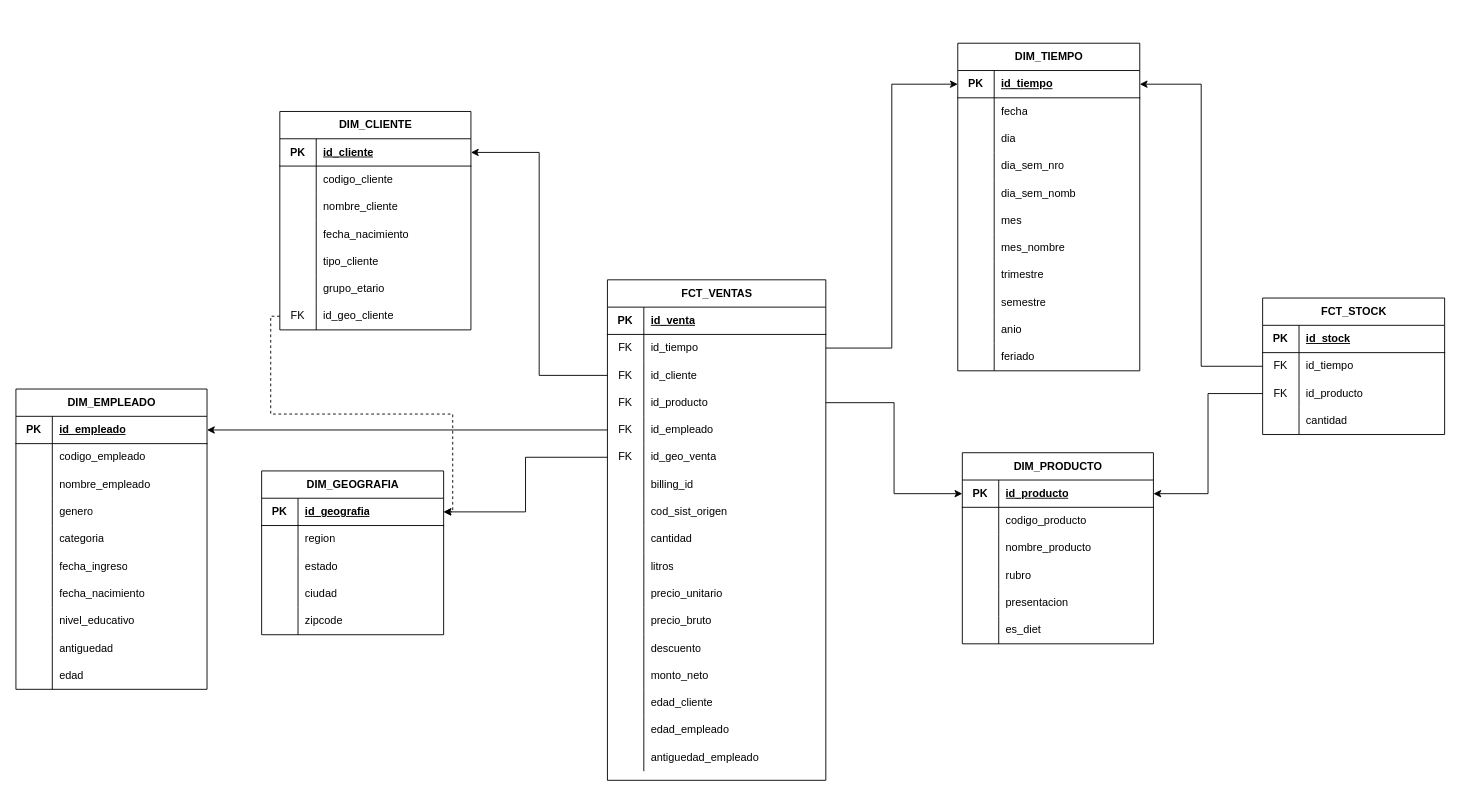
Earlier version of the draw.io diagram TP/TP_BD2.drawio (Ftedp/BBDD2-TUIA). Source tidied: cells renumbered, new cells numbered last; positions are measured from the earlier drawing's top-left corner, leaving out a move shared by most shapes. Both pictures are drawn from the tidied source at 91%, with x=0, y=0 at pixel (15, 43).
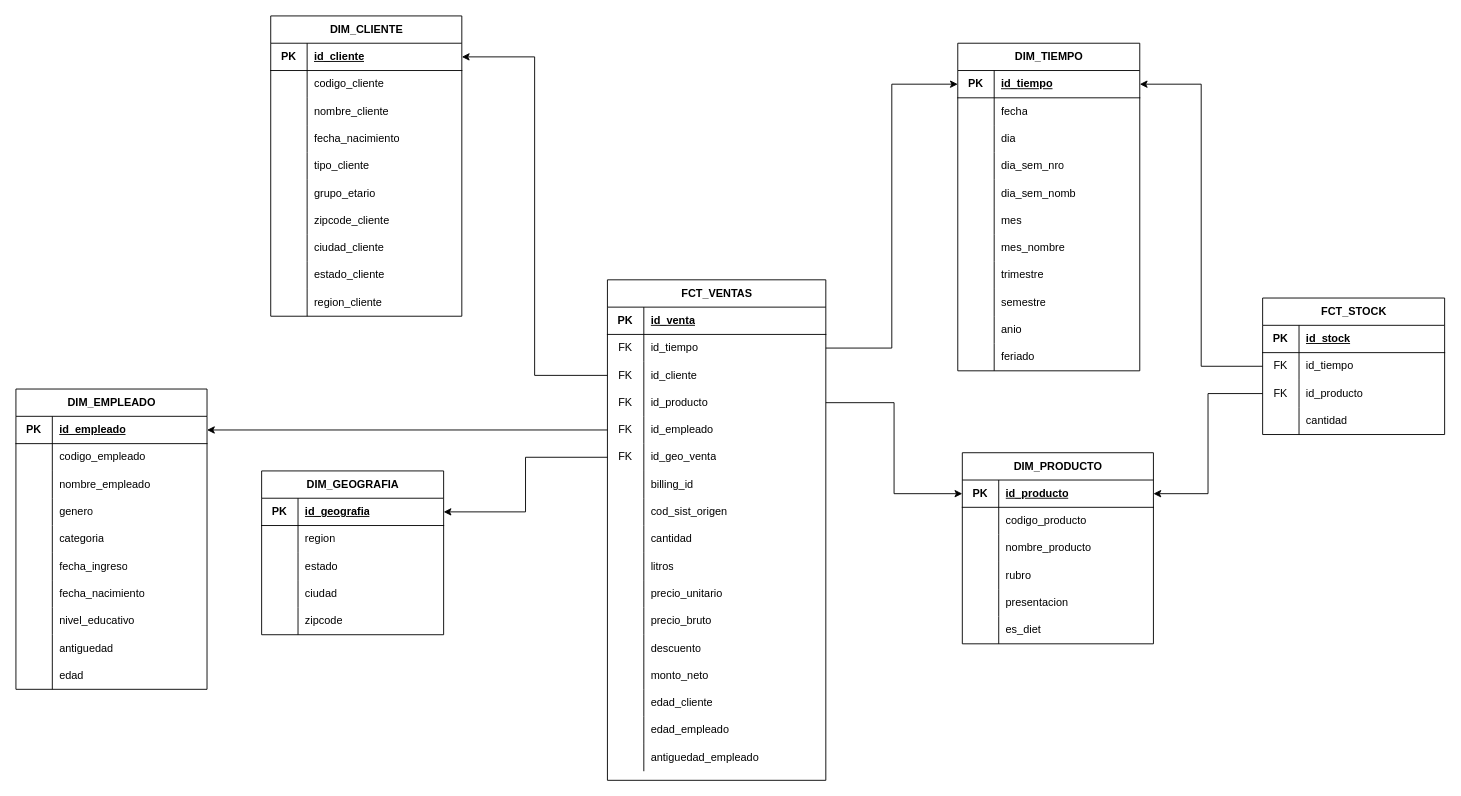
The same diagram, later.

Unchanged cells that the change refers to:
```xml
<mxCell id="55" style="shape=tableRow;horizontal=0;startSize=0;swimlaneHead=0;swimlaneBody=0;fillColor=none;points=[[0,0.5],[1,0.5]];portConstraint=eastwest;top=0;left=0;right=0;bottom=0;" parent="36" vertex="1">
  <mxGeometry y="210" width="210" height="30" as="geometry" />
</mxCell>
<mxCell id="59" style="shape=tableRow;horizontal=0;startSize=0;swimlaneHead=0;swimlaneBody=0;fillColor=none;points=[[0,0.5],[1,0.5]];portConstraint=eastwest;top=0;left=0;right=0;bottom=1;" parent="58" vertex="1">
  <mxGeometry y="30" width="200" height="30" as="geometry" />
</mxCell>
```

What changed in the source:
```diff
@@
     <mxCell id="36" value="DIM_CLIENTE" style="shape=table;startSize=30;childLayout=tableLayout;rowLines=0;fontStyle=1;align=center;html=1;" parent="1" vertex="1">
-      <mxGeometry x="290" y="75" width="210" height="240" as="geometry" />
+      <mxGeometry x="280" y="-30" width="210" height="330" as="geometry" />
     </mxCell>
@@
-    <mxCell id="56" value="FK" style="shape=partialRectangle;fillColor=none;top=0;left=0;bottom=0;right=0;overflow=hidden;whiteSpace=wrap;html=1;" parent="55" vertex="1">
+    <mxCell id="56" style="shape=partialRectangle;fillColor=none;top=0;left=0;bottom=0;right=0;overflow=hidden;whiteSpace=wrap;html=1;" parent="55" vertex="1">
       <mxGeometry width="40" height="30" as="geometry" />
     </mxCell>
-    <mxCell id="57" value="id_geo_cliente" style="shape=partialRectangle;fillColor=none;top=0;left=0;bottom=0;right=0;align=left;spacingLeft=6;overflow=hidden;whiteSpace=wrap;html=1;" parent="55" vertex="1">
+    <mxCell id="57" value="zipcode_cliente" style="shape=partialRectangle;fillColor=none;top=0;left=0;bottom=0;right=0;align=left;spacingLeft=6;overflow=hidden;whiteSpace=wrap;html=1;" parent="55" vertex="1">
       <mxGeometry x="40" width="170" height="30" as="geometry" />
     </mxCell>
+    <mxCell id="197" style="shape=tableRow;horizontal=0;startSize=0;swimlaneHead=0;swimlaneBody=0;fillColor=none;top=0;left=0;right=0;bottom=0;" parent="36" vertex="1">
+      <mxGeometry y="240" width="210" height="30" as="geometry" />
+    </mxCell>
+    <mxCell id="198" style="shape=partialRectangle;fillColor=none;top=0;left=0;bottom=0;right=0;overflow=hidden;whiteSpace=wrap;html=1;" parent="197" vertex="1">
+      <mxGeometry width="40" height="30" as="geometry" />
+    </mxCell>
+    <mxCell id="199" value="ciudad_cliente" style="shape=partialRectangle;fillColor=none;top=0;left=0;bottom=0;right=0;align=left;spacingLeft=6;overflow=hidden;whiteSpace=wrap;html=1;" parent="197" vertex="1">
+      <mxGeometry x="40" width="170" height="30" as="geometry" />
+    </mxCell>
+    <mxCell id="200" style="shape=tableRow;horizontal=0;startSize=0;swimlaneHead=0;swimlaneBody=0;fillColor=none;top=0;left=0;right=0;bottom=0;" parent="36" vertex="1">
+      <mxGeometry y="270" width="210" height="30" as="geometry" />
+    </mxCell>
+    <mxCell id="201" style="shape=partialRectangle;fillColor=none;top=0;left=0;bottom=0;right=0;overflow=hidden;whiteSpace=wrap;html=1;" parent="200" vertex="1">
+      <mxGeometry width="40" height="30" as="geometry" />
+    </mxCell>
+    <mxCell id="202" value="estado_cliente" style="shape=partialRectangle;fillColor=none;top=0;left=0;bottom=0;right=0;align=left;spacingLeft=6;overflow=hidden;whiteSpace=wrap;html=1;" parent="200" vertex="1">
+      <mxGeometry x="40" width="170" height="30" as="geometry" />
+    </mxCell>
+    <mxCell id="203" style="shape=tableRow;horizontal=0;startSize=0;swimlaneHead=0;swimlaneBody=0;fillColor=none;top=0;left=0;right=0;bottom=0;" parent="36" vertex="1">
+      <mxGeometry y="300" width="210" height="30" as="geometry" />
+    </mxCell>
+    <mxCell id="204" style="shape=partialRectangle;fillColor=none;top=0;left=0;bottom=0;right=0;overflow=hidden;whiteSpace=wrap;html=1;" parent="203" vertex="1">
+      <mxGeometry width="40" height="30" as="geometry" />
+    </mxCell>
+    <mxCell id="205" value="region_cliente" style="shape=partialRectangle;fillColor=none;top=0;left=0;bottom=0;right=0;align=left;spacingLeft=6;overflow=hidden;whiteSpace=wrap;html=1;" parent="203" vertex="1">
+      <mxGeometry x="40" width="170" height="30" as="geometry" />
+    </mxCell>
@@
-    <mxCell id="196" style="edgeStyle=orthogonalEdgeStyle;rounded=0;html=1;dashed=1;" parent="1" edge="1" source="55" target="59">
-      <mxGeometry relative="1" as="geometry" />
-    </mxCell>
```
